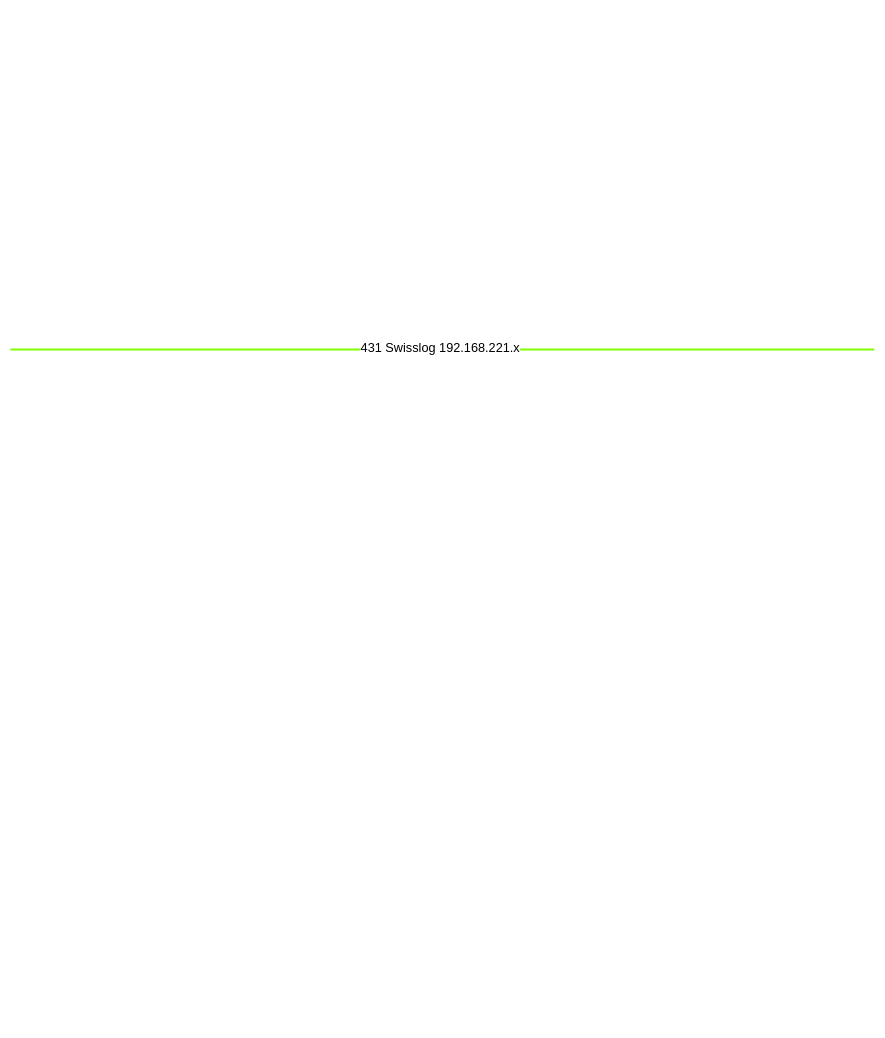
The draw.io diagram page "431 Swisslog" (4 of 22) of Topology.drawio in warben0/DrawIOStorage, before the edit. Source tidied: cells renumbered, new cells numbered last; positions are measured from the earlier drawing's top-left corner, leaving out a move shared by most shapes. Both pictures are drawn from the tidied source at 53%, with x=0, y=0 at pixel (10, 348).
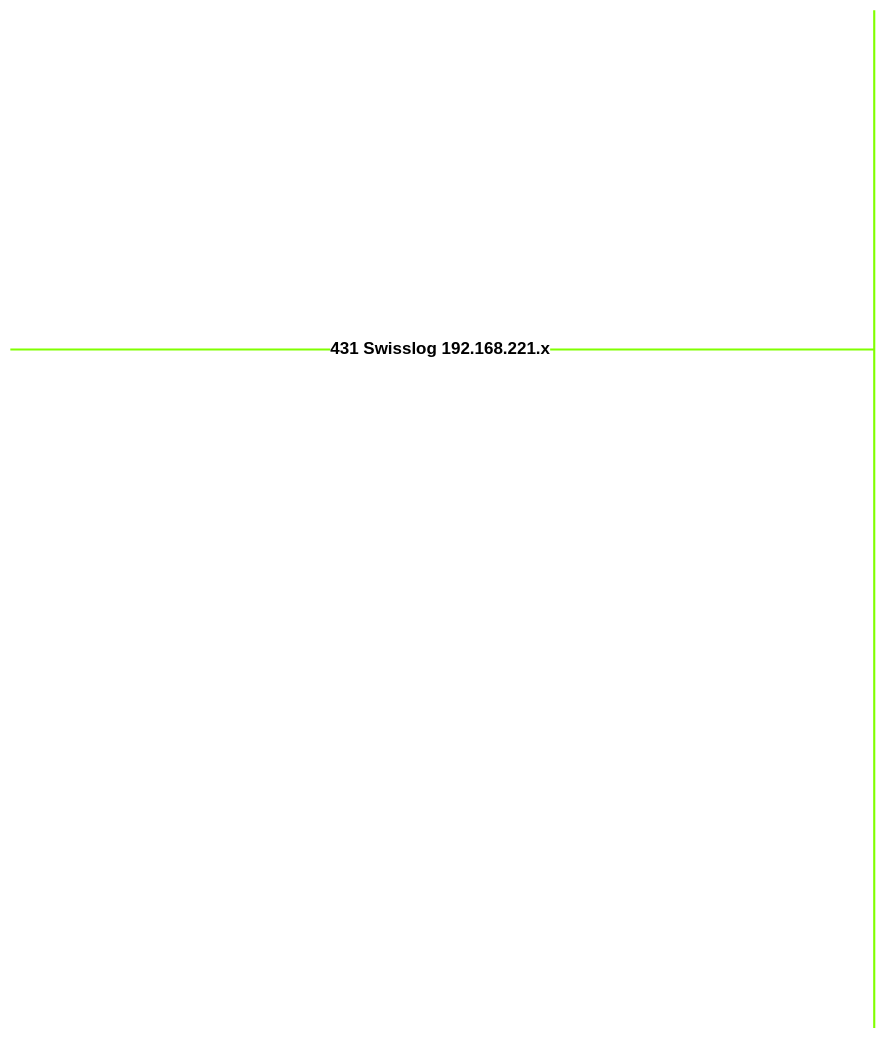
The same diagram, later.

Diff of the diagram source:
```diff
@@
 <mxGraphModel>
   <root>
     <mxCell id="0" />
     <mxCell id="1" parent="0" />
     <mxCell id="2" style="endArrow=none;html=1;rounded=0;fillColor=#d5e8d4;strokeColor=#80FF00;strokeWidth=4;" parent="1" edge="1">
       <mxGeometry relative="1" as="geometry">
         <mxPoint y="3" as="sourcePoint" />
         <mxPoint x="1630" y="3" as="targetPoint" />
       </mxGeometry>
     </mxCell>
-    <mxCell id="3" value="431 Swisslog 192.168.221.x" style="edgeLabel;html=1;align=center;verticalAlign=middle;fontSize=24;" parent="1" vertex="1">
+    <mxCell id="3" value="431 Swisslog 192.168.221.x" style="edgeLabel;html=1;align=center;verticalAlign=middle;fontSize=32;fontStyle=1;" parent="1" vertex="1">
       <mxGeometry x="810" as="geometry" />
     </mxCell>
+    <mxCell id="4" style="endArrow=none;html=1;rounded=0;fillColor=#d5e8d4;strokeColor=#80ff00;strokeWidth=4;" parent="1" edge="1">
+      <mxGeometry relative="1" as="geometry">
+        <mxPoint x="1630" y="1283" as="sourcePoint" />
+        <mxPoint x="1630" y="-637" as="targetPoint" />
+      </mxGeometry>
+    </mxCell>
   </root>
 </mxGraphModel>
```
